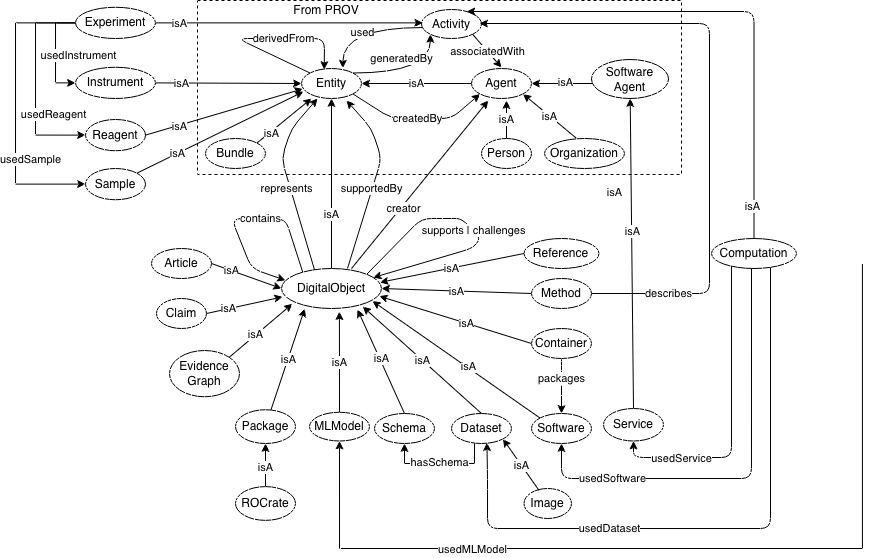
This is resources/images/v13/EVI-v-1-3.png from fairscape/EVI, a draw.io export, as it was before one commit. Source tidied: cells renumbered, new cells last; positions are measured from the earlier drawing's top-left corner, leaving out a move shared by most shapes.
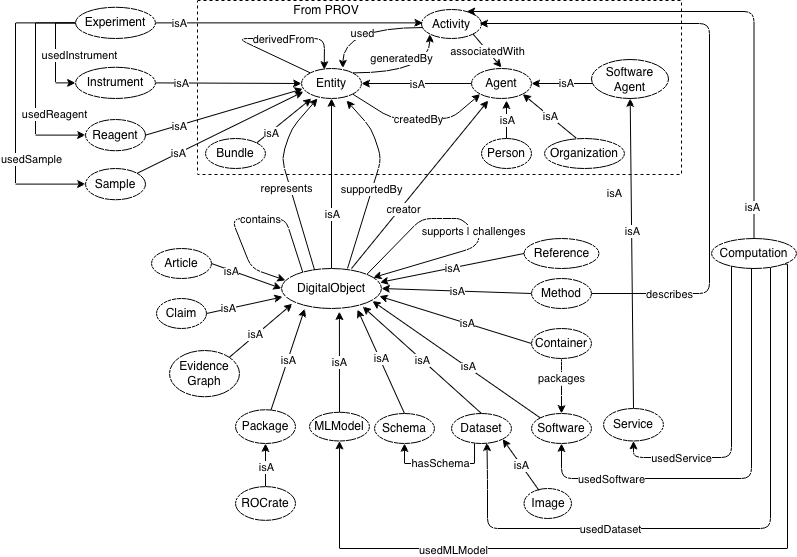
The same diagram one commit later.

The edit, as a diff of the source:
```diff
@@ -228,11 +228,11 @@
         <mxPoint x="-41" y="191" as="offset" />
       </mxGeometry>
     </mxCell>
-    <mxCell id="53" style="edgeStyle=orthogonalEdgeStyle;rounded=0;jettySize=auto;html=1;exitX=1;exitY=1;exitDx=0;exitDy=0;entryX=0.5;entryY=1;entryDx=0;entryDy=0;" parent="1" edge="1" target="35">
+    <mxCell id="53" style="edgeStyle=orthogonalEdgeStyle;rounded=0;jettySize=auto;html=1;entryX=0.5;entryY=1;entryDx=0;entryDy=0;exitX=1;exitY=1;exitDx=0;exitDy=0;" parent="1" edge="1" source="55" target="35">
       <mxGeometry relative="1" as="geometry">
-        <mxPoint x="846.9" y="263.5" as="sourcePoint" />
         <Array as="points">
-          <mxPoint x="847" y="548" />
+          <mxPoint x="772" y="264" />
+          <mxPoint x="772" y="548" />
           <mxPoint x="324" y="548" />
         </Array>
       </mxGeometry>
```
